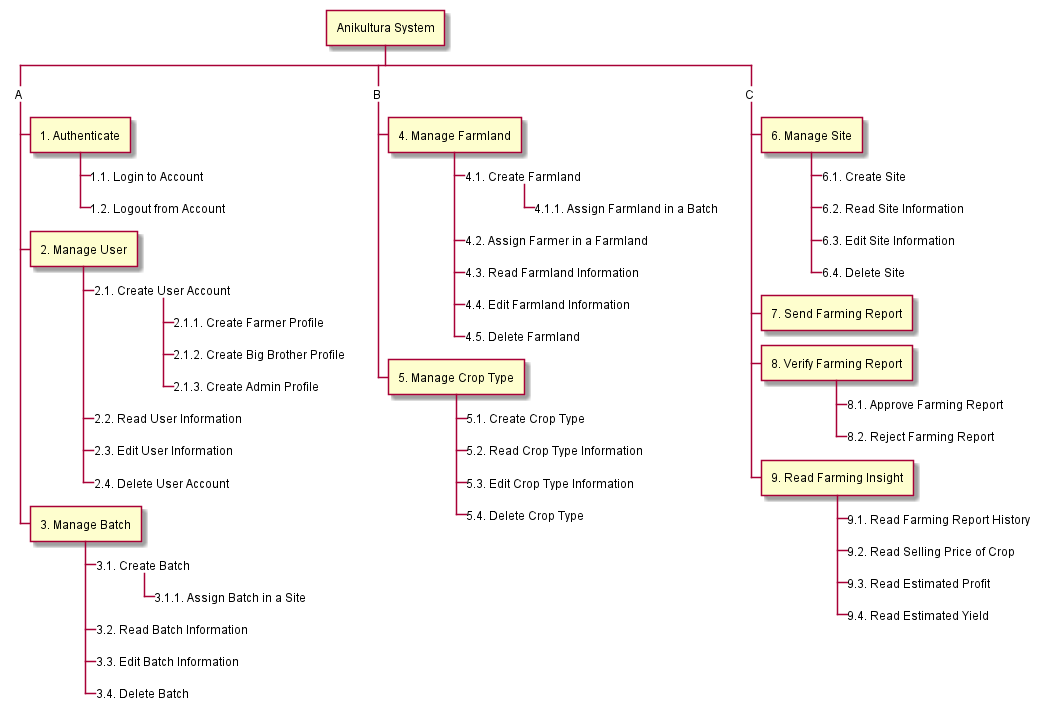
radical-doubting/anikultura-diagrams keeps this PlantUML diagram as out/plantuml/proposed/fdd/fdd.png. Above is the earlier version.
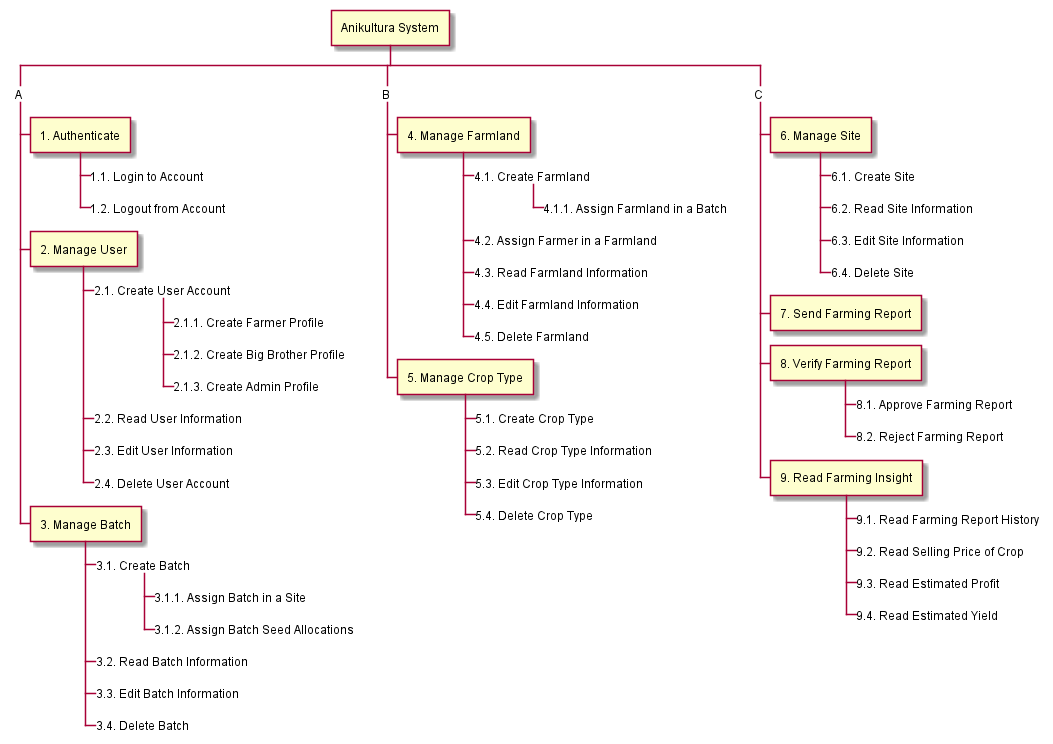
Later version of the same file.

Commit message:
Re-exported FDD

Change to the diagram source:
```diff
@@ -20,6 +20,7 @@
 *** 3. Manage Batch
 ****_ 3.1. Create Batch
 *****_ 3.1.1. Assign Batch in a Site
+*****_ 3.1.2. Assign Batch Seed Allocations
 ****_ 3.2. Read Batch Information
 ****_ 3.3. Edit Batch Information
 ****_ 3.4. Delete Batch
```
